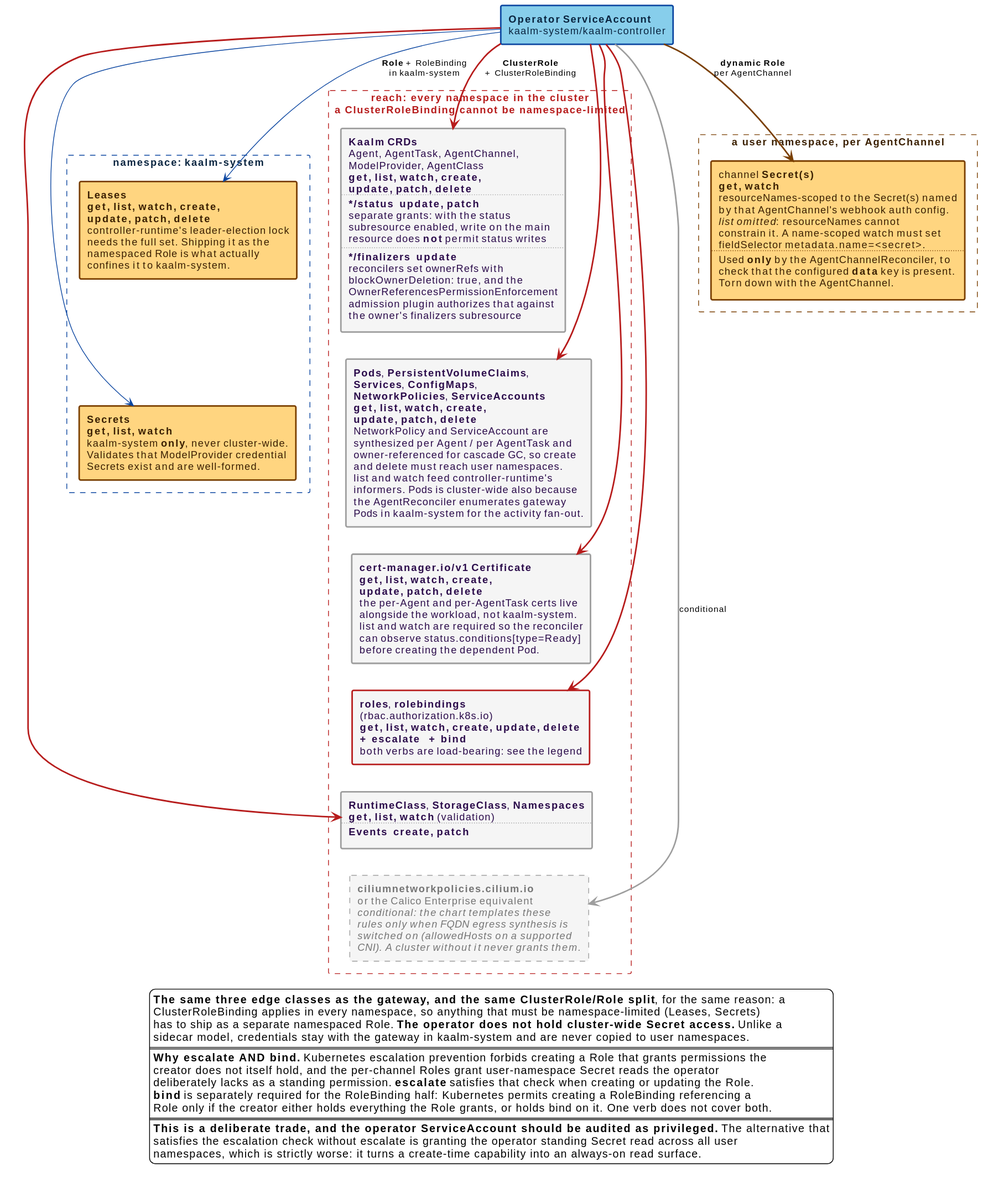
This is docs/src/diagrams/operator-rbac-reach.svg from win07xp/kaalm, a PlantUML export, as it was before one commit.
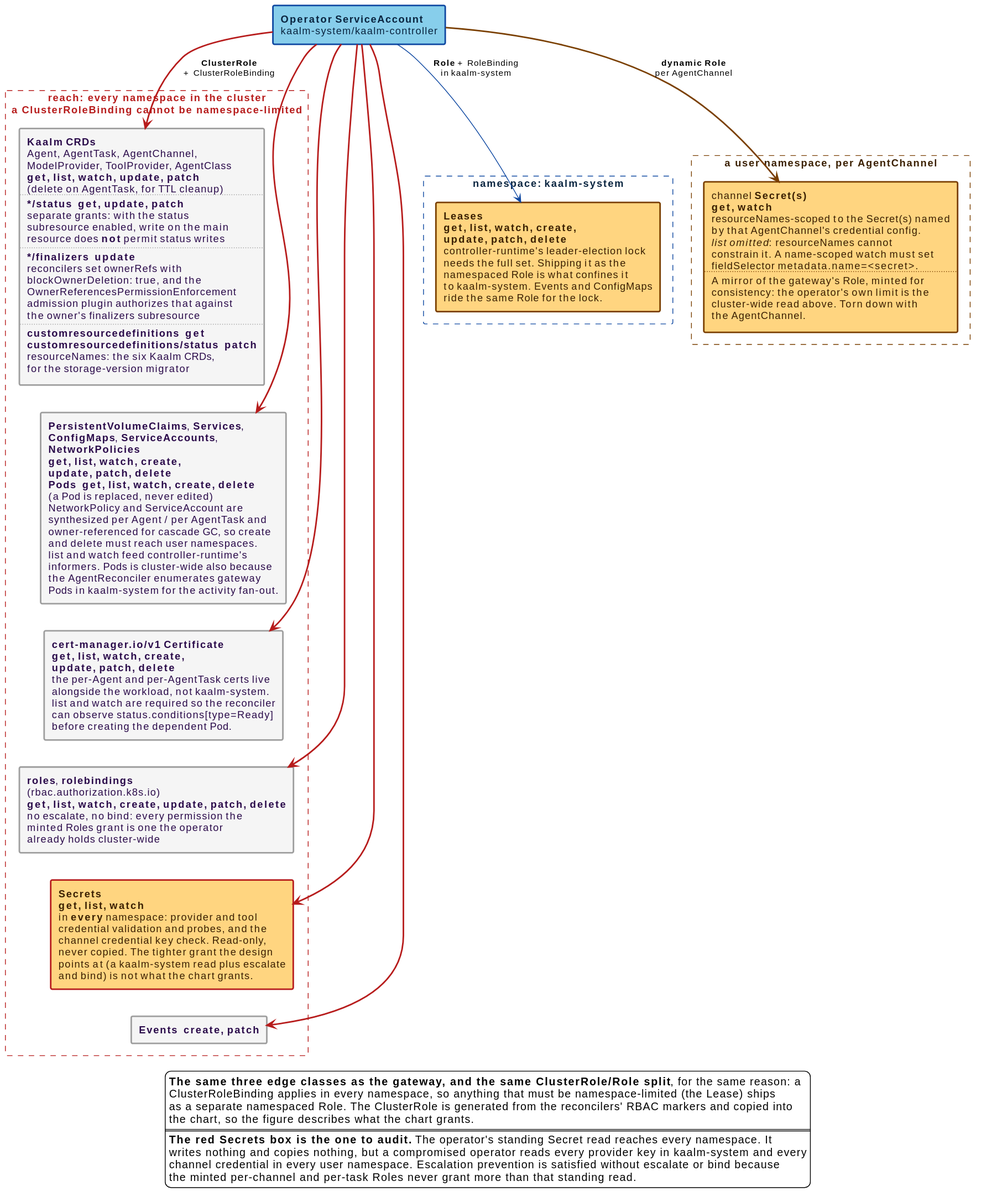
Above is the later version.

Change to the diagram source:
```diff
@@ -11,59 +11,51 @@
 rectangle "**Operator ServiceAccount**\nkaalm-system/kaalm-controller" as OPSA #back:87CEEB;line:0D47A1;line.bold;text:0a2540
 
 rectangle "**reach: every namespace in the cluster**\na ClusterRoleBinding cannot be namespace-limited" as band #line:B71C1C;line.dashed;text:B71C1C {
-  rectangle "**Kaalm CRDs**\nAgent, AgentTask, AgentChannel,\nModelProvider, AgentClass\n**get, list, watch, create,**\n**update, patch, delete**\n....\n***/status**  **update, patch**\nseparate grants: with the status\nsubresource enabled, write on the main\nresource does **not** permit status writes\n....\n***/finalizers**  **update**\nreconcilers set ownerRefs with\nblockOwnerDeletion: true, and the\nOwnerReferencesPermissionEnforcement\nadmission plugin authorizes that against\nthe owner's finalizers subresource" as crds #back:F5F5F5;line:9E9E9E;line.bold;text:2a0a4a
+  rectangle "**Kaalm CRDs**\nAgent, AgentTask, AgentChannel,\nModelProvider, ToolProvider, AgentClass\n**get, list, watch, update, patch**\n(delete on AgentTask, for TTL cleanup)\n....\n***/status**  **get, update, patch**\nseparate grants: with the status\nsubresource enabled, write on the main\nresource does **not** permit status writes\n....\n***/finalizers**  **update**\nreconcilers set ownerRefs with\nblockOwnerDeletion: true, and the\nOwnerReferencesPermissionEnforcement\nadmission plugin authorizes that against\nthe owner's finalizers subresource\n....\n**customresourcedefinitions**  **get**\n**customresourcedefinitions/status**  **patch**\nresourceNames: the six Kaalm CRDs,\nfor the storage-version migrator" as crds #back:F5F5F5;line:9E9E9E;line.bold;text:2a0a4a
 
-  rectangle "**Pods**, **PersistentVolumeClaims**,\n**Services**, **ConfigMaps**,\n**NetworkPolicies**, **ServiceAccounts**\n**get, list, watch, create,**\n**update, patch, delete**\nNetworkPolicy and ServiceAccount are\nsynthesized per Agent / per AgentTask and\nowner-referenced for cascade GC, so create\nand delete must reach user namespaces.\nlist and watch feed controller-runtime's\ninformers. Pods is cluster-wide also because\nthe AgentReconciler enumerates gateway\nPods in kaalm-system for the activity fan-out." as core #back:F5F5F5;line:9E9E9E;line.bold;text:2a0a4a
+  rectangle "**PersistentVolumeClaims**, **Services**,\n**ConfigMaps**, **ServiceAccounts**,\n**NetworkPolicies**\n**get, list, watch, create,**\n**update, patch, delete**\n**Pods**  **get, list, watch, create, delete**\n(a Pod is replaced, never edited)\nNetworkPolicy and ServiceAccount are\nsynthesized per Agent / per AgentTask and\nowner-referenced for cascade GC, so create\nand delete must reach user namespaces.\nlist and watch feed controller-runtime's\ninformers. Pods is cluster-wide also because\nthe AgentReconciler enumerates gateway\nPods in kaalm-system for the activity fan-out." as core #back:F5F5F5;line:9E9E9E;line.bold;text:2a0a4a
 
   rectangle "**cert-manager.io/v1 Certificate**\n**get, list, watch, create,**\n**update, patch, delete**\nthe per-Agent and per-AgentTask certs live\nalongside the workload, not kaalm-system.\nlist and watch are required so the reconciler\ncan observe status.conditions[type=Ready]\nbefore creating the dependent Pod." as certs #back:F5F5F5;line:9E9E9E;line.bold;text:2a0a4a
 
-  rectangle "**roles**, **rolebindings**\n(rbac.authorization.k8s.io)\n**get, list, watch, create, update, delete**\n**+ escalate**   **+ bind**\nboth verbs are load-bearing: see the legend" as rbacres #back:F5F5F5;line:B71C1C;line.bold;text:2a0a4a
+  rectangle "**roles**, **rolebindings**\n(rbac.authorization.k8s.io)\n**get, list, watch, create, update, patch, delete**\nno escalate, no bind: every permission the\nminted Roles grant is one the operator\nalready holds cluster-wide" as rbacres #back:F5F5F5;line:9E9E9E;line.bold;text:2a0a4a
 
-  rectangle "**RuntimeClass**, **StorageClass**, **Namespaces**\n**get, list, watch** (validation)\n....\n**Events**  **create, patch**" as meta #back:F5F5F5;line:9E9E9E;line.bold;text:2a0a4a
+  rectangle "**Secrets**\n**get, list, watch**\nin **every** namespace: provider and tool\ncredential validation and probes, and the\nchannel credential key check. Read-only,\nnever copied. The tighter grant the design\npoints at (a kaalm-system read plus escalate\nand bind) is not what the chart grants." as secs #back:FFD580;line:B71C1C;line.bold;text:3a1f00
 
-  rectangle "**ciliumnetworkpolicies.cilium.io**\nor the Calico Enterprise equivalent\n//conditional: the chart templates these//\n//rules only when FQDN egress synthesis is//\n//switched on (allowedHosts on a supported//\n//CNI). A cluster without it never grants them.//" as cni #back:F5F5F5;line:9E9E9E;line.dashed;text:757575
+  rectangle "**Events**  **create, patch**" as meta #back:F5F5F5;line:9E9E9E;line.bold;text:2a0a4a
 }
 
 rectangle "namespace: **kaalm-system**" as nssys #line:0D47A1;line.dashed;text:0a2540 {
-  rectangle "**Leases**\n**get, list, watch, create,**\n**update, patch, delete**\ncontroller-runtime's leader-election lock\nneeds the full set. Shipping it as the\nnamespaced Role is what actually\nconfines it to kaalm-system." as leases #back:FFD580;line:7a3f00;line.bold;text:3a1f00
-  rectangle "**Secrets**\n**get, list, watch**\nkaalm-system **only**, never cluster-wide.\nValidates that ModelProvider credential\nSecrets exist and are well-formed." as secs #back:FFD580;line:7a3f00;line.bold;text:3a1f00
+  rectangle "**Leases**\n**get, list, watch, create,**\n**update, patch, delete**\ncontroller-runtime's leader-election lock\nneeds the full set. Shipping it as the\nnamespaced Role is what confines it\nto kaalm-system. Events and ConfigMaps\nride the same Role for the lock." as leases #back:FFD580;line:7a3f00;line.bold;text:3a1f00
 }
 
 rectangle "a user namespace, per AgentChannel" as nsuser #line:7a3f00;line.dashed;text:3a1f00 {
-  rectangle "channel **Secret(s)**\n**get, watch**\nresourceNames-scoped to the Secret(s) named\nby that AgentChannel's webhook auth config.\n//list omitted//: resourceNames cannot\nconstrain it. A name-scoped watch must set\nfieldSelector metadata.name=<secret>.\n....\nUsed **only** by the AgentChannelReconciler, to\ncheck that the configured **data** key is present.\nTorn down with the AgentChannel." as chsec #back:FFD580;line:7a3f00;line.bold;text:3a1f00
+  rectangle "channel **Secret(s)**\n**get, watch**\nresourceNames-scoped to the Secret(s) named\nby that AgentChannel's credential config.\n//list omitted//: resourceNames cannot\nconstrain it. A name-scoped watch must set\nfieldSelector metadata.name=<secret>.\n....\nA mirror of the gateway's Role, minted for\nconsistency: the operator's own limit is the\ncluster-wide read above. Torn down with\nthe AgentChannel." as chsec #back:FFD580;line:7a3f00;line.bold;text:3a1f00
 }
 
 OPSA -[#B71C1C,bold]-> crds : **ClusterRole**\n+ ClusterRoleBinding
 OPSA -[#B71C1C,bold]-> core
 OPSA -[#B71C1C,bold]-> certs
 OPSA -[#B71C1C,bold]-> rbacres
+OPSA -[#B71C1C,bold]-> secs
 OPSA -[#B71C1C,bold]-> meta
-OPSA .[#9E9E9E,bold].> cni : conditional
 OPSA -[#0D47A1]-> leases : **Role** + RoleBinding\nin kaalm-system
-OPSA -[#0D47A1]-> secs
 OPSA .[#7a3f00,bold].> chsec : **dynamic Role**\nper AgentChannel
 
 crds -[hidden]down- core
 core -[hidden]down- certs
 certs -[hidden]down- rbacres
-rbacres -[hidden]down- meta
-meta -[hidden]down- cni
-leases -[hidden]down- secs
+rbacres -[hidden]down- secs
+secs -[hidden]down- meta
 
 legend bottom
   **The same three edge classes as the gateway, and the same ClusterRole/Role split**, for the same reason: a
-  ClusterRoleBinding applies in every namespace, so anything that must be namespace-limited (Leases, Secrets)
-  has to ship as a separate namespaced Role. **The operator does not hold cluster-wide Secret access.** Unlike a
-  sidecar model, credentials stay with the gateway in kaalm-system and are never copied to user namespaces.
+  ClusterRoleBinding applies in every namespace, so anything that must be namespace-limited (the Lease) ships
+  as a separate namespaced Role. The ClusterRole is generated from the reconcilers' RBAC markers and copied into
+  the chart, so the figure describes what the chart grants.
   ====
-  **Why escalate AND bind.** Kubernetes escalation prevention forbids creating a Role that grants permissions the
-  creator does not itself hold, and the per-channel Roles grant user-namespace Secret reads the operator
-  deliberately lacks as a standing permission. **escalate** satisfies that check when creating or updating the Role.
-  **bind** is separately required for the RoleBinding half: Kubernetes permits creating a RoleBinding referencing a
-  Role only if the creator either holds everything the Role grants, or holds bind on it. One verb does not cover both.
-  ====
-  **This is a deliberate trade, and the operator ServiceAccount should be audited as privileged.** The alternative that
-  satisfies the escalation check without escalate is granting the operator standing Secret read across all user
-  namespaces, which is strictly worse: it turns a create-time capability into an always-on read surface.
+  **The red Secrets box is the one to audit.** The operator's standing Secret read reaches every namespace. It
+  writes nothing and copies nothing, but a compromised operator reads every provider key in kaalm-system and every
+  channel credential in every user namespace. Escalation prevention is satisfied without escalate or bind because
+  the minted per-channel and per-task Roles never grant more than that standing read.
 endlegend
 @enduml
```
